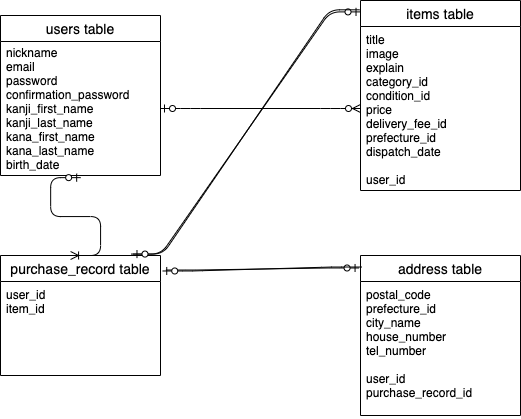
sohey-hub/furima-32536 keeps this draw.io diagram as test.drawio.png. Above is the earlier version. Source tidied: cells renumbered, new cells last; positions are measured from the earlier drawing's top-left corner, leaving out a move shared by most shapes.
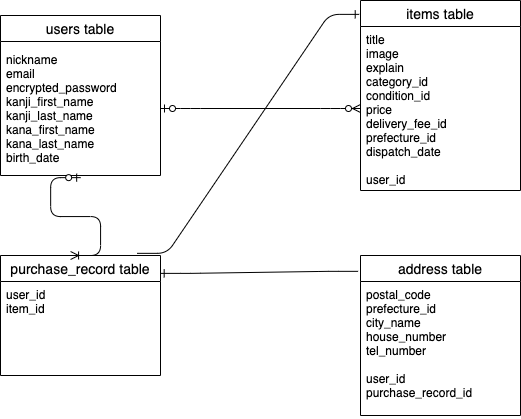
After the commit.

Commit message:
ER図とREADMEの修正（３）

Diff of the diagram source:
```diff
@@ -5,7 +5,7 @@
     <mxCell id="2" value="users table" style="swimlane;fontStyle=0;horizontal=1;startSize=26;align=center;fontSize=14;" parent="1" vertex="1">
       <mxGeometry y="15" width="160" height="160" as="geometry" />
     </mxCell>
-    <mxCell id="3" value="nickname&#10;email&#10;password&#10;confirmation_password&#10;kanji_first_name&#10;kanji_last_name&#10;kana_first_name&#10;kana_last_name&#10;birth_date" style="text;strokeColor=none;fillColor=none;spacingLeft=4;spacingRight=4;overflow=hidden;points=[[0,0.5],[1,0.5]];portConstraint=eastwest;fontSize=12;verticalAlign=middle;align=left;" parent="2" vertex="1">
+    <mxCell id="3" value="nickname&#10;email&#10;encrypted_password&#10;kanji_first_name&#10;kanji_last_name&#10;kana_first_name&#10;kana_last_name&#10;birth_date" style="text;strokeColor=none;fillColor=none;spacingLeft=4;spacingRight=4;overflow=hidden;points=[[0,0.5],[1,0.5]];portConstraint=eastwest;fontSize=12;verticalAlign=middle;align=left;" parent="2" vertex="1">
       <mxGeometry y="26" width="160" height="134" as="geometry" />
     </mxCell>
     <mxCell id="4" value="items table" style="swimlane;fontStyle=0;horizontal=1;startSize=26;align=center;fontSize=14;" parent="1" vertex="1">
@@ -29,20 +29,14 @@
     <mxCell id="10" value="postal_code&#10;prefecture_id&#10;city_name&#10;house_number&#10;tel_number&#10;&#10;user_id&#10;purchase_record_id" style="text;strokeColor=none;fillColor=none;spacingLeft=4;spacingRight=4;overflow=hidden;fontSize=12;" parent="9" vertex="1">
       <mxGeometry y="26" width="160" height="134" as="geometry" />
     </mxCell>
+    <mxCell id="15" style="edgeStyle=entityRelationEdgeStyle;fontSize=12;html=1;endArrow=ERoneToMany;startArrow=ERzeroToOne;exitX=0.501;exitY=1.016;exitDx=0;exitDy=0;exitPerimeter=0;entryX=0.438;entryY=0;entryDx=0;entryDy=0;entryPerimeter=0;" parent="1" edge="1" source="3" target="7">
+      <mxGeometry relative="1" as="geometry" />
+    </mxCell>
+    <mxCell id="14" style="edgeStyle=entityRelationEdgeStyle;fontSize=12;html=1;endArrow=ERone;endFill=1;entryX=0.998;entryY=0.149;entryDx=0;entryDy=0;entryPerimeter=0;exitX=-0.015;exitY=0.099;exitDx=0;exitDy=0;exitPerimeter=0;" parent="1" edge="1" source="9" target="7">
+      <mxGeometry relative="1" as="geometry" />
+    </mxCell>
-    <mxCell id="11" style="edgeStyle=entityRelationEdgeStyle;fontSize=12;html=1;endArrow=ERzeroToOne;endFill=1;exitX=0.816;exitY=-0.012;exitDx=0;exitDy=0;exitPerimeter=0;entryX=-0.003;entryY=0.06;entryDx=0;entryDy=0;entryPerimeter=0;" parent="1" edge="1" source="7" target="4">
+    <mxCell id="11" style="edgeStyle=entityRelationEdgeStyle;fontSize=12;html=1;endArrow=ERone;endFill=1;entryX=-0.008;entryY=0.073;entryDx=0;entryDy=0;entryPerimeter=0;exitX=0.854;exitY=-0.018;exitDx=0;exitDy=0;exitPerimeter=0;" parent="1" edge="1" source="7" target="4">
       <mxGeometry relative="1" as="geometry" />
     </mxCell>
-    <mxCell id="12" style="edgeStyle=entityRelationEdgeStyle;fontSize=12;html=1;endArrow=ERzeroToOne;endFill=1;entryX=0.828;entryY=-0.012;entryDx=0;entryDy=0;entryPerimeter=0;exitX=-0.006;exitY=0.049;exitDx=0;exitDy=0;exitPerimeter=0;" parent="1" edge="1" source="4" target="7">
-      <mxGeometry relative="1" as="geometry" />
-    </mxCell>
-    <mxCell id="13" style="edgeStyle=entityRelationEdgeStyle;fontSize=12;html=1;endArrow=ERzeroToOne;endFill=1;exitX=1.034;exitY=0.121;exitDx=0;exitDy=0;exitPerimeter=0;entryX=-0.009;entryY=0.078;entryDx=0;entryDy=0;entryPerimeter=0;" parent="1" edge="1" source="7" target="9">
-      <mxGeometry relative="1" as="geometry" />
-    </mxCell>
-    <mxCell id="14" style="edgeStyle=entityRelationEdgeStyle;fontSize=12;html=1;endArrow=ERzeroToOne;endFill=1;entryX=1.014;entryY=0.129;entryDx=0;entryDy=0;entryPerimeter=0;exitX=0.007;exitY=0.072;exitDx=0;exitDy=0;exitPerimeter=0;" parent="1" edge="1" source="9" target="7">
-      <mxGeometry relative="1" as="geometry" />
-    </mxCell>
-    <mxCell id="15" style="edgeStyle=entityRelationEdgeStyle;fontSize=12;html=1;endArrow=ERoneToMany;startArrow=ERzeroToOne;exitX=0.501;exitY=1.016;exitDx=0;exitDy=0;exitPerimeter=0;entryX=0.438;entryY=0;entryDx=0;entryDy=0;entryPerimeter=0;" parent="1" edge="1" source="3" target="7">
-      <mxGeometry relative="1" as="geometry" />
-    </mxCell>
   </root>
 </mxGraphModel>
```
